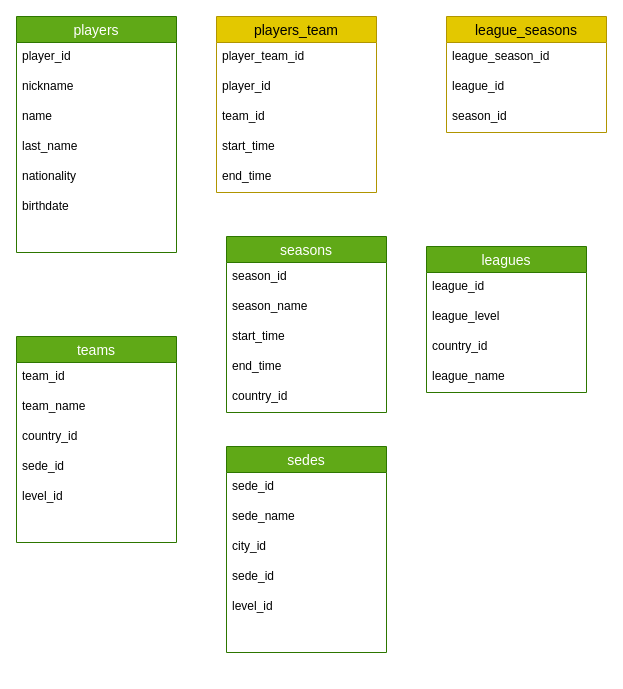
Before: soccer_model.drawio in r3card0/soccer.stats, a draw.io diagram. Source tidied: cells renumbered, new cells numbered last; positions are measured from the earlier drawing's top-left corner, leaving out a move shared by most shapes. Both pictures are drawn from the tidied source at 100%, with x=0, y=0 at pixel (16, 16).
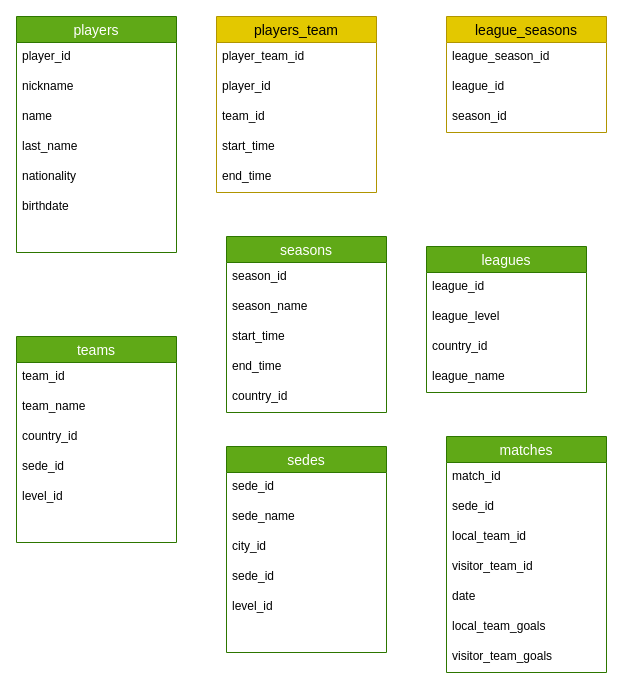
The same page after the edit.

Commit message:
matches model added

What changed in the source:
```diff
@@
+    <mxCell id="45" value="matches" style="swimlane;fontStyle=0;horizontal=1;startSize=26;align=center;fontSize=14;fillColor=#60a917;fontColor=#ffffff;strokeColor=#2D7600;" parent="1" vertex="1">
+      <mxGeometry x="430" y="420" width="160" height="236" as="geometry" />
+    </mxCell>
+    <mxCell id="46" value="match_id" style="text;strokeColor=none;fillColor=none;spacingLeft=4;spacingRight=4;overflow=hidden;fontSize=12;" parent="45" vertex="1">
+      <mxGeometry y="26" width="160" height="30" as="geometry" />
+    </mxCell>
+    <mxCell id="47" value="sede_id" style="text;strokeColor=none;fillColor=none;spacingLeft=4;spacingRight=4;overflow=hidden;fontSize=12;" parent="45" vertex="1">
+      <mxGeometry y="56" width="160" height="30" as="geometry" />
+    </mxCell>
+    <mxCell id="48" value="local_team_id" style="text;strokeColor=none;fillColor=none;spacingLeft=4;spacingRight=4;overflow=hidden;fontSize=12;" parent="45" vertex="1">
+      <mxGeometry y="86" width="160" height="30" as="geometry" />
+    </mxCell>
+    <mxCell id="49" value="visitor_team_id" style="text;strokeColor=none;fillColor=none;spacingLeft=4;spacingRight=4;overflow=hidden;fontSize=12;" parent="45" vertex="1">
+      <mxGeometry y="116" width="160" height="30" as="geometry" />
+    </mxCell>
+    <mxCell id="50" value="date" style="text;strokeColor=none;fillColor=none;spacingLeft=4;spacingRight=4;overflow=hidden;fontSize=12;" parent="45" vertex="1">
+      <mxGeometry y="146" width="160" height="30" as="geometry" />
+    </mxCell>
+    <mxCell id="51" value="local_team_goals" style="text;strokeColor=none;fillColor=none;spacingLeft=4;spacingRight=4;overflow=hidden;fontSize=12;" parent="45" vertex="1">
+      <mxGeometry y="176" width="160" height="30" as="geometry" />
+    </mxCell>
+    <mxCell id="52" value="visitor_team_goals" style="text;strokeColor=none;fillColor=none;spacingLeft=4;spacingRight=4;overflow=hidden;fontSize=12;" parent="45" vertex="1">
+      <mxGeometry y="206" width="160" height="30" as="geometry" />
+    </mxCell>
```
